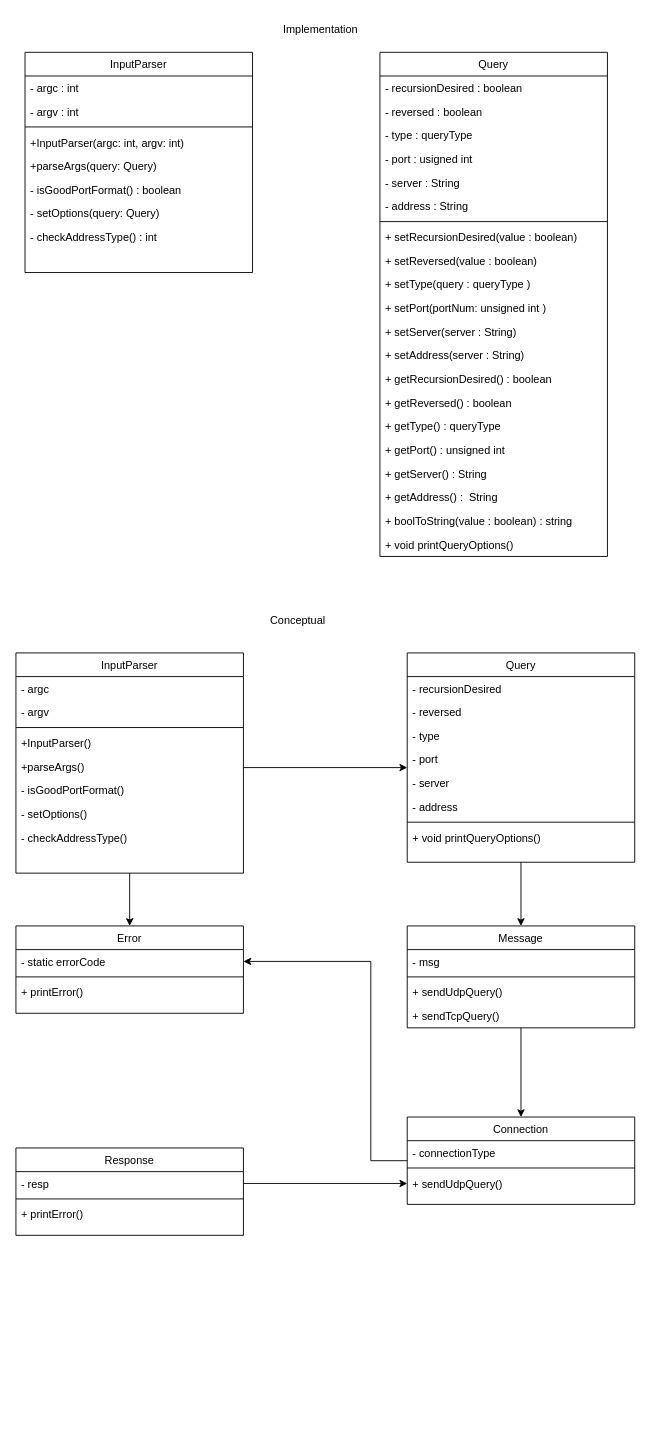
Above: doc/DNS_resolver.drawio in andrewp-dot/DNS-resolver (draw.io), before the change. Source tidied: cells renumbered, new cells numbered last; positions are measured from the earlier drawing's top-left corner, leaving out a move shared by most shapes. Both pictures are drawn from the tidied source at 91%, with x=0, y=0 at pixel (15, 15).
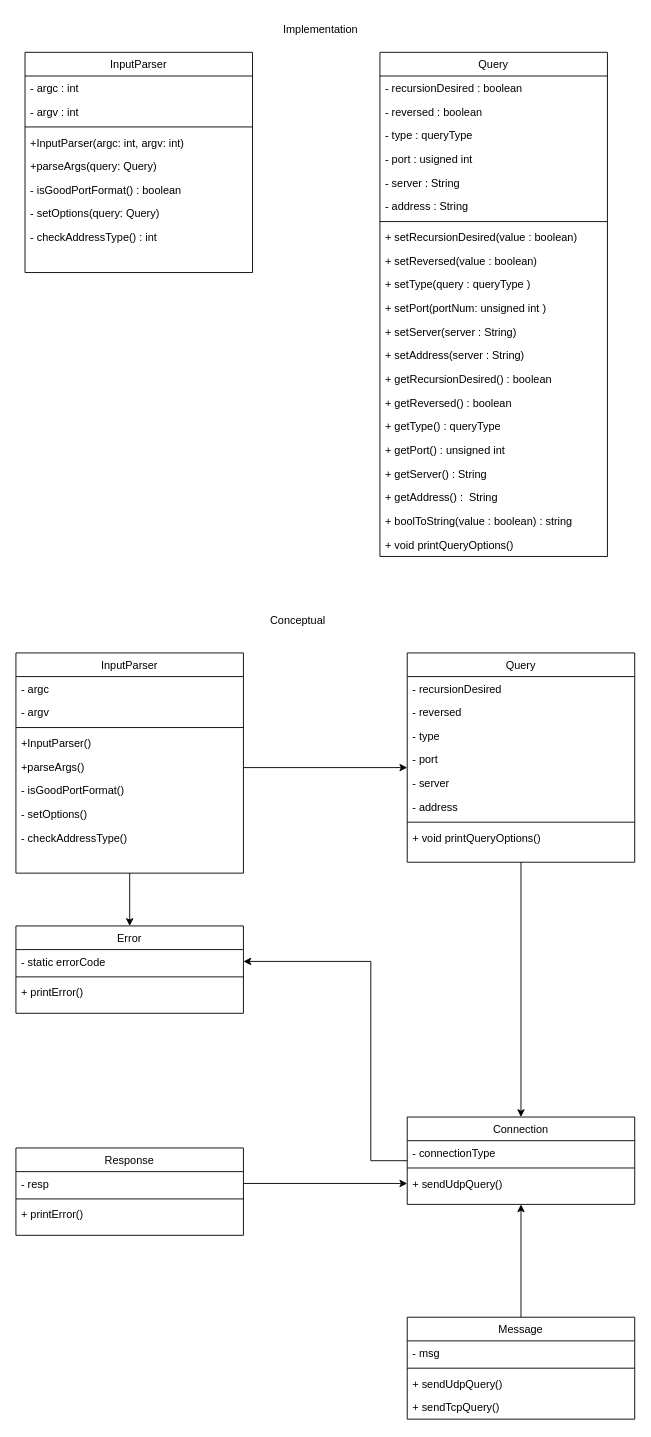
Above is the later version.

The change refers to these unchanged cells:
```xml
<mxCell id="38" value="Query" style="swimlane;fontStyle=0;align=center;verticalAlign=top;horizontal=1;startSize=26;rounded=0;shadow=0;strokeWidth=1;" parent="1" vertex="1">
  <mxGeometry x="430" y="700" width="250" height="230" as="geometry" />
</mxCell>
<mxCell id="60" value="Connection" style="swimlane;fontStyle=0;align=center;verticalAlign=top;horizontal=1;startSize=26;rounded=0;shadow=0;strokeWidth=1;" parent="1" vertex="1">
  <mxGeometry x="430" y="1210" width="250" height="96" as="geometry" />
</mxCell>
```

What changed in the source:
```diff
@@
-    <mxCell id="37" style="edgeStyle=orthogonalEdgeStyle;rounded=0;jettySize=auto;html=1;exitX=0.5;exitY=1;exitDx=0;exitDy=0;entryX=0.5;entryY=0;entryDx=0;entryDy=0;" parent="1" edge="1" source="38" target="66">
-      <mxGeometry relative="1" as="geometry" />
-    </mxCell>
+    <mxCell id="76" style="edgeStyle=orthogonalEdgeStyle;rounded=0;jettySize=auto;html=1;entryX=0.5;entryY=0;entryDx=0;entryDy=0;" parent="1" edge="1" source="38" target="60">
+      <mxGeometry relative="1" as="geometry" />
+    </mxCell>
@@
-    <mxCell id="65" style="edgeStyle=orthogonalEdgeStyle;rounded=0;jettySize=auto;html=1;entryX=0.5;entryY=0;entryDx=0;entryDy=0;" parent="1" edge="1" source="66" target="60">
+    <mxCell id="65" style="edgeStyle=orthogonalEdgeStyle;rounded=0;jettySize=auto;html=1;entryX=0.5;entryY=1;entryDx=0;entryDy=0;" parent="1" edge="1" source="66" target="60">
       <mxGeometry relative="1" as="geometry" />
     </mxCell>
     <mxCell id="66" value="Message" style="swimlane;fontStyle=0;align=center;verticalAlign=top;horizontal=1;startSize=26;rounded=0;shadow=0;strokeWidth=1;" parent="1" vertex="1">
-      <mxGeometry x="430" y="1000" width="250" height="112" as="geometry" />
+      <mxGeometry x="430" y="1430" width="250" height="112" as="geometry" />
     </mxCell>
```
